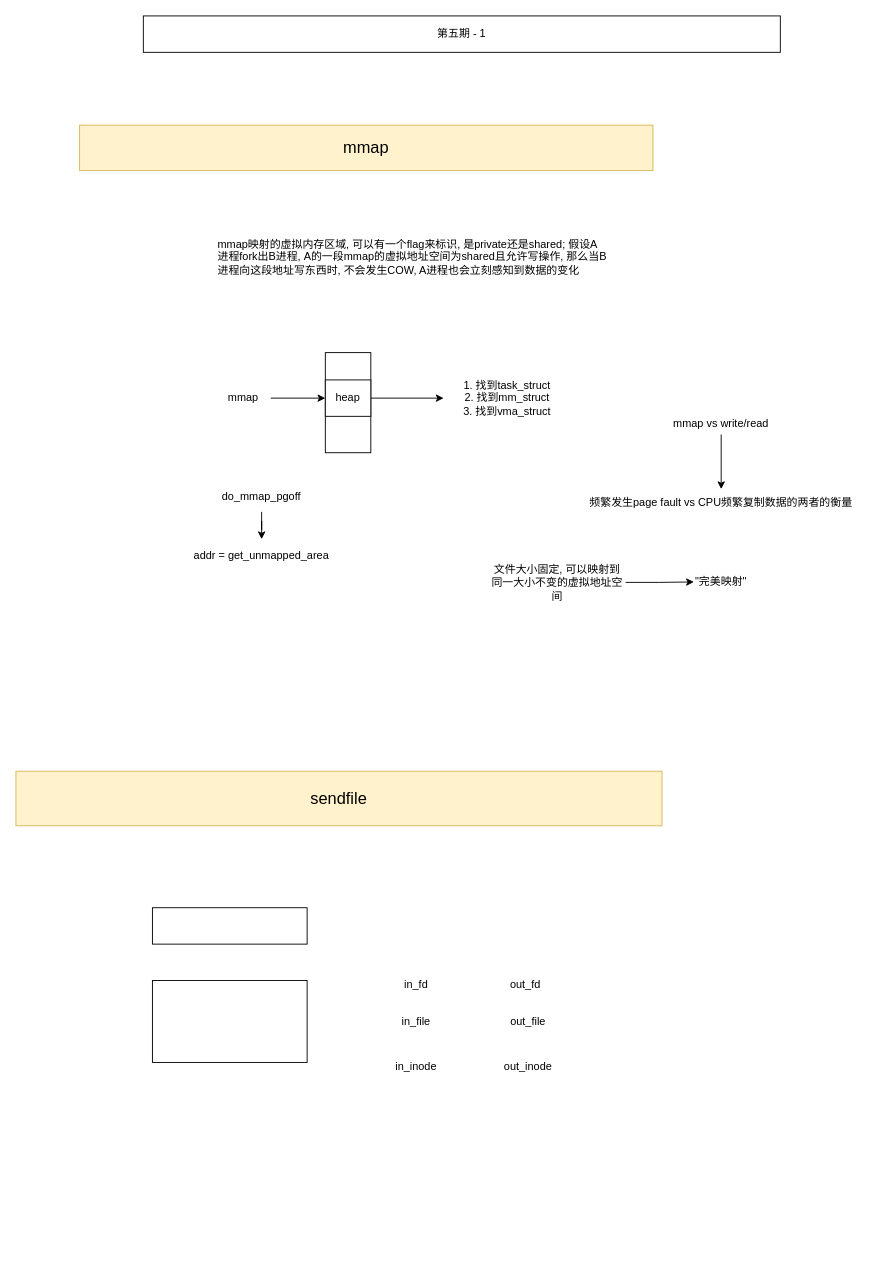
Earlier version of the draw.io diagram IO-2.drawio (haoboliu66/Diagram). Source tidied: cells renumbered, new cells numbered last; positions are measured from the earlier drawing's top-left corner, leaving out a move shared by most shapes. Both pictures are drawn from the tidied source at 91%, with x=0, y=0 at pixel (15, 15).
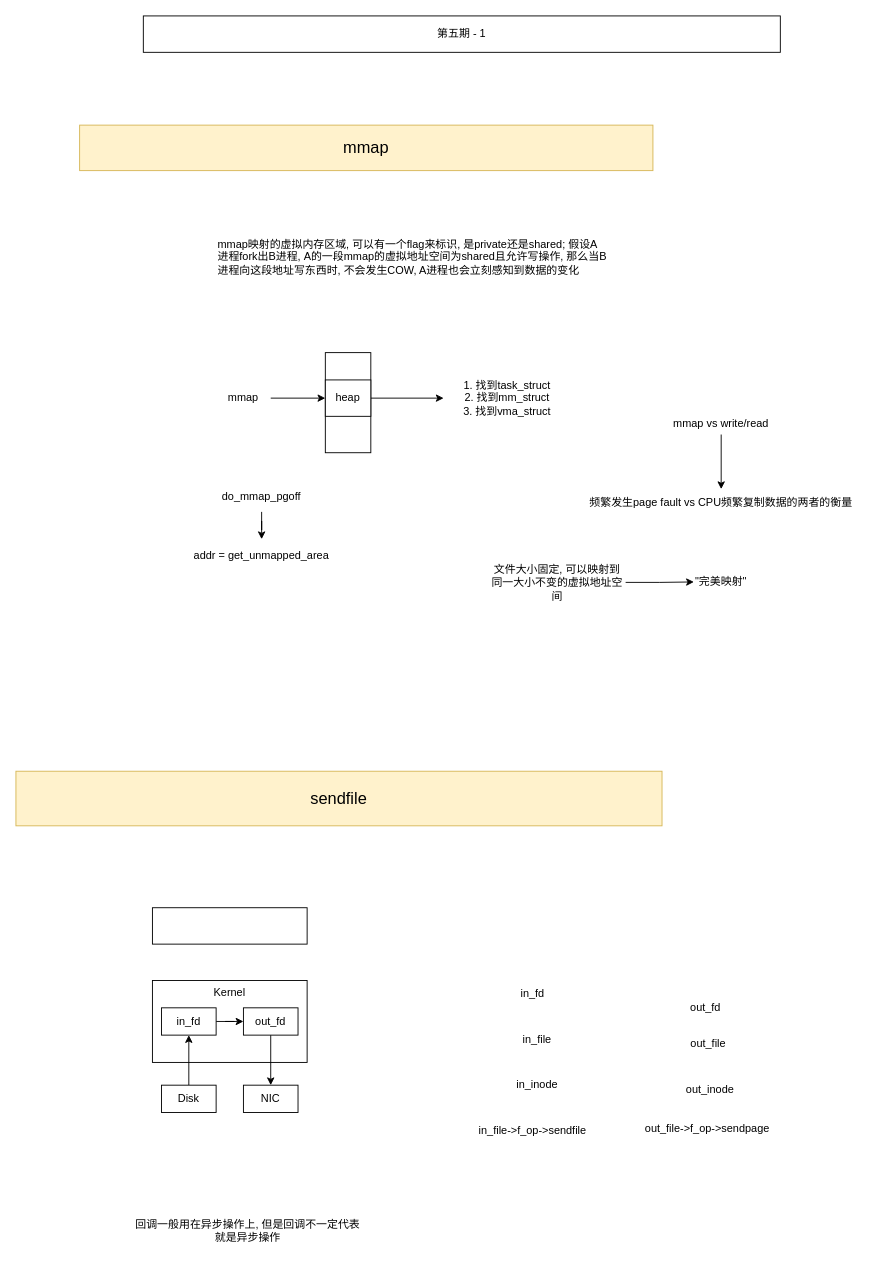
Above is the later version.

Diff of the diagram source:
```diff
@@
-    <mxCell id="22" style="rounded=0;whiteSpace=wrap;html=1;" parent="1" vertex="1">
+    <mxCell id="22" value="Kernel" style="rounded=0;whiteSpace=wrap;html=1;verticalAlign=top;" parent="1" vertex="1">
       <mxGeometry x="150" y="1060" width="170" height="90" as="geometry" />
     </mxCell>
     <mxCell id="23" value="in_fd" style="text;html=1;strokeColor=none;fillColor=none;align=center;verticalAlign=middle;whiteSpace=wrap;rounded=0;" parent="1" vertex="1">
-      <mxGeometry x="410" y="1050" width="60" height="30" as="geometry" />
+      <mxGeometry x="538" y="1060" width="60" height="30" as="geometry" />
     </mxCell>
     <mxCell id="24" value="out_fd" style="text;html=1;strokeColor=none;fillColor=none;align=center;verticalAlign=middle;whiteSpace=wrap;rounded=0;" parent="1" vertex="1">
-      <mxGeometry x="530" y="1050" width="60" height="30" as="geometry" />
+      <mxGeometry x="727.5" y="1075" width="60" height="30" as="geometry" />
     </mxCell>
     <mxCell id="25" value="in_file" style="text;html=1;strokeColor=none;fillColor=none;align=center;verticalAlign=middle;whiteSpace=wrap;rounded=0;" parent="1" vertex="1">
-      <mxGeometry x="410" y="1090" width="60" height="30" as="geometry" />
+      <mxGeometry x="543" y="1110" width="60" height="30" as="geometry" />
     </mxCell>
     <mxCell id="26" value="out_file" style="text;html=1;strokeColor=none;fillColor=none;align=center;verticalAlign=middle;whiteSpace=wrap;rounded=0;" parent="1" vertex="1">
-      <mxGeometry x="533" y="1090" width="60" height="30" as="geometry" />
+      <mxGeometry x="730.5" y="1115" width="60" height="30" as="geometry" />
     </mxCell>
     <mxCell id="27" value="in_inode" style="text;html=1;strokeColor=none;fillColor=none;align=center;verticalAlign=middle;whiteSpace=wrap;rounded=0;" parent="1" vertex="1">
-      <mxGeometry x="410" y="1140" width="60" height="30" as="geometry" />
+      <mxGeometry x="543" y="1160" width="60" height="30" as="geometry" />
     </mxCell>
     <mxCell id="28" value="out_inode" style="text;html=1;strokeColor=none;fillColor=none;align=center;verticalAlign=middle;whiteSpace=wrap;rounded=0;" parent="1" vertex="1">
-      <mxGeometry x="533" y="1140" width="60" height="30" as="geometry" />
+      <mxGeometry x="732.5" y="1165" width="60" height="30" as="geometry" />
     </mxCell>
+    <mxCell id="29" value="in_file-&amp;gt;f_op-&amp;gt;sendfile" style="text;html=1;strokeColor=none;fillColor=none;align=center;verticalAlign=middle;whiteSpace=wrap;rounded=0;" parent="1" vertex="1">
+      <mxGeometry x="498" y="1205" width="140" height="40" as="geometry" />
+    </mxCell>
+    <mxCell id="30" value="out_file-&amp;gt;f_op-&amp;gt;sendpage" style="text;html=1;strokeColor=none;fillColor=none;align=center;verticalAlign=middle;whiteSpace=wrap;rounded=0;" parent="1" vertex="1">
+      <mxGeometry x="670" y="1205" width="180" height="35" as="geometry" />
+    </mxCell>
+    <mxCell id="31" value="回调一般用在异步操作上, 但是回调不一定代表就是异步操作" style="text;html=1;strokeColor=none;fillColor=none;align=center;verticalAlign=middle;whiteSpace=wrap;rounded=0;" parent="1" vertex="1">
+      <mxGeometry x="130" y="1310" width="250" height="50" as="geometry" />
+    </mxCell>
+    <mxCell id="32" style="edgeStyle=orthogonalEdgeStyle;rounded=0;jettySize=auto;html=1;" parent="1" edge="1" source="33" target="35">
+      <mxGeometry relative="1" as="geometry" />
+    </mxCell>
+    <mxCell id="33" value="in_fd" style="rounded=0;whiteSpace=wrap;html=1;" parent="1" vertex="1">
+      <mxGeometry x="160" y="1090" width="60" height="30" as="geometry" />
+    </mxCell>
+    <mxCell id="34" style="edgeStyle=orthogonalEdgeStyle;rounded=0;jettySize=auto;html=1;" parent="1" edge="1" source="35" target="38">
+      <mxGeometry relative="1" as="geometry" />
+    </mxCell>
+    <mxCell id="35" value="out_fd" style="rounded=0;whiteSpace=wrap;html=1;" parent="1" vertex="1">
+      <mxGeometry x="250" y="1090" width="60" height="30" as="geometry" />
+    </mxCell>
+    <mxCell id="36" style="edgeStyle=orthogonalEdgeStyle;rounded=0;jettySize=auto;html=1;entryX=0.5;entryY=1;entryDx=0;entryDy=0;" parent="1" edge="1" source="37" target="33">
+      <mxGeometry relative="1" as="geometry" />
+    </mxCell>
+    <mxCell id="37" value="Disk" style="rounded=0;whiteSpace=wrap;html=1;" parent="1" vertex="1">
+      <mxGeometry x="160" y="1175" width="60" height="30" as="geometry" />
+    </mxCell>
+    <mxCell id="38" value="NIC" style="rounded=0;whiteSpace=wrap;html=1;" parent="1" vertex="1">
+      <mxGeometry x="250" y="1175" width="60" height="30" as="geometry" />
+    </mxCell>
```
